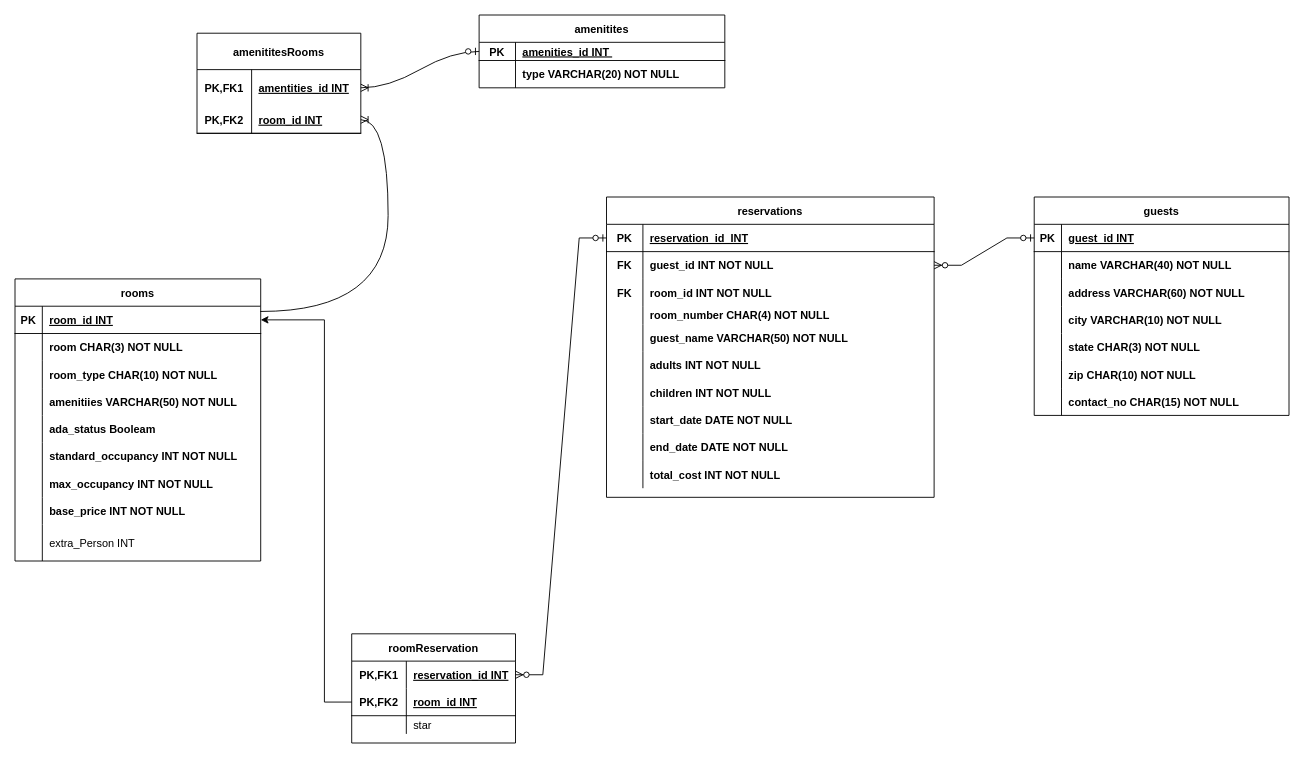
raveen112/raveen-mathai-classwork keeps this draw.io diagram as HotelReservation.drawio. Above is the earlier version. Source tidied: cells renumbered, new cells numbered last; positions are measured from the earlier drawing's top-left corner, leaving out a move shared by most shapes. Both pictures are drawn from the tidied source at 91%, with x=0, y=0 at pixel (15, 15).
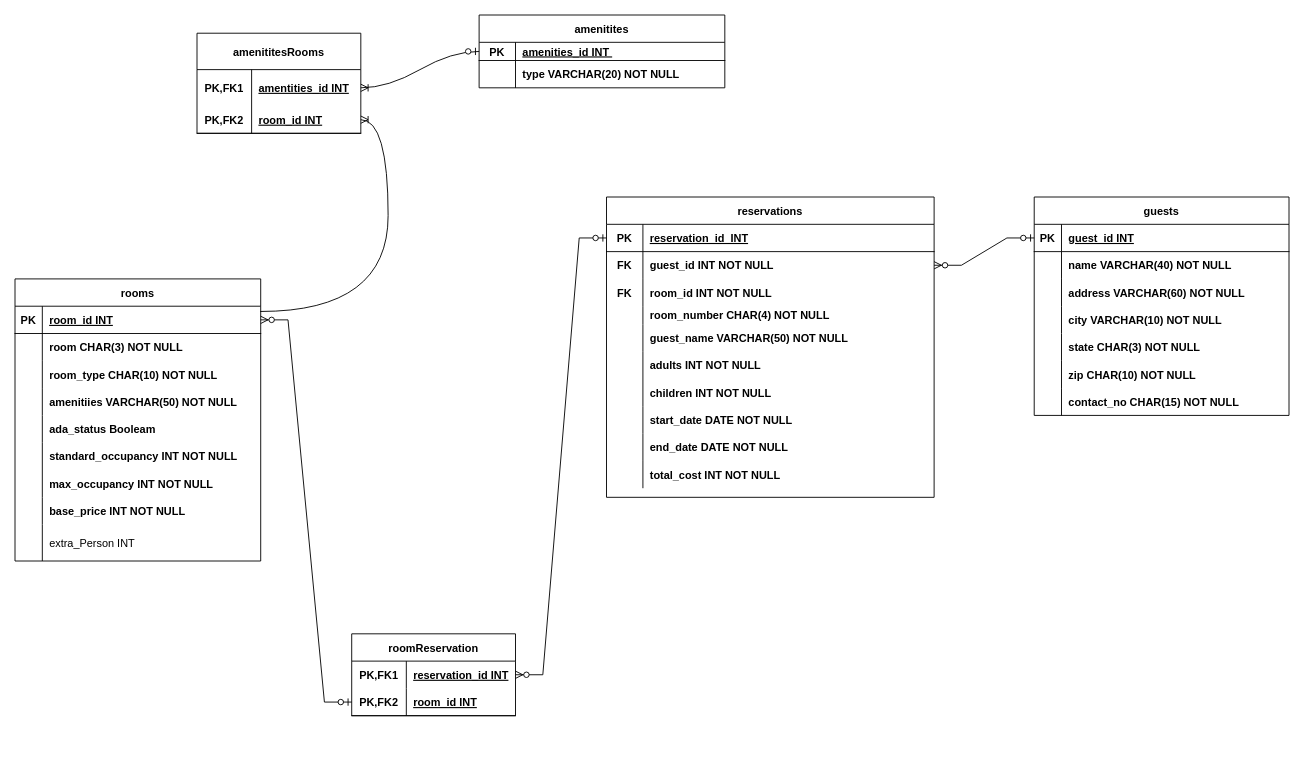
The same diagram, later.

Unchanged cells that the change refers to:
```xml
<mxCell id="34" style="shape=tableRow;horizontal=0;startSize=0;swimlaneHead=0;swimlaneBody=0;fillColor=none;points=[[0,0.5],[1,0.5]];portConstraint=eastwest;top=0;left=0;right=0;bottom=1;" parent="33" vertex="1">
  <mxGeometry y="30" width="270" height="30" as="geometry" />
</mxCell>
<mxCell id="105" style="shape=tableRow;horizontal=0;startSize=0;swimlaneHead=0;swimlaneBody=0;fillColor=none;points=[[0,0.5],[1,0.5]];portConstraint=eastwest;top=0;left=0;right=0;bottom=1;" parent="101" vertex="1">
  <mxGeometry y="60" width="180" height="30" as="geometry" />
</mxCell>
```

The edit, as a diff of the source:
```diff
@@
     <mxCell id="101" value="roomReservation" style="shape=table;startSize=30;childLayout=tableLayout;rowLines=0;fontStyle=1;align=center;" parent="1" vertex="1">
-      <mxGeometry x="370" y="680" width="180" height="120" as="geometry" />
+      <mxGeometry x="370" y="680" width="180" height="90" as="geometry" />
     </mxCell>
@@
-    <mxCell id="108" style="shape=tableRow;horizontal=0;startSize=0;swimlaneHead=0;swimlaneBody=0;fillColor=none;top=0;left=0;right=0;bottom=0;" parent="101" vertex="1">
-      <mxGeometry y="90" width="180" height="20" as="geometry" />
-    </mxCell>
-    <mxCell id="109" style="shape=partialRectangle;fillColor=none;top=0;left=0;bottom=0;right=0;overflow=hidden;" parent="108" vertex="1">
-      <mxGeometry width="60" height="20" as="geometry" />
-    </mxCell>
-    <mxCell id="110" value="star" style="shape=partialRectangle;fillColor=none;top=0;left=0;bottom=0;right=0;align=left;spacingLeft=6;overflow=hidden;" parent="108" vertex="1">
-      <mxGeometry x="60" width="120" height="20" as="geometry" />
-    </mxCell>
-    <mxCell id="111" style="edgeStyle=orthogonalEdgeStyle;rounded=0;jettySize=auto;html=1;entryX=1;entryY=0.5;entryDx=0;entryDy=0;" parent="1" edge="1" source="105" target="34">
-      <mxGeometry relative="1" as="geometry">
-        <Array as="points">
-          <mxPoint x="340" y="755" />
-          <mxPoint x="340" y="335" />
-        </Array>
-      </mxGeometry>
+    <mxCell id="111" style="edgeStyle=entityRelationEdgeStyle;fontSize=12;html=1;endArrow=ERzeroToMany;startArrow=ERzeroToOne;rounded=0;entryX=1;entryY=0.5;entryDx=0;entryDy=0;" parent="1" edge="1" source="105" target="34">
+      <mxGeometry relative="1" as="geometry" />
     </mxCell>
```
